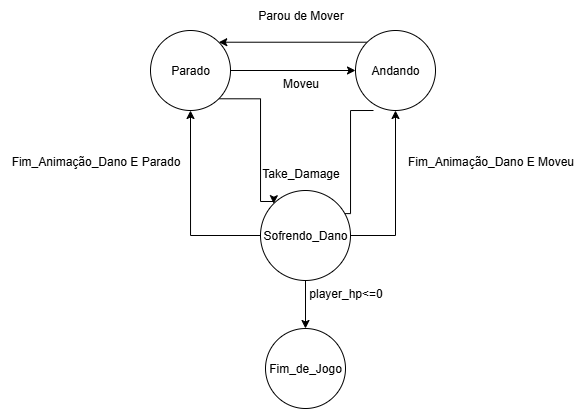
Projeto-de-Interfaces-Graficas/Pesadelo-no-Escritorio keeps this draw.io diagram as documents/FSM/Player.drawio.png. Above is the earlier version. Source tidied: cells renumbered, new cells last; positions are measured from the earlier drawing's top-left corner, leaving out a move shared by most shapes.
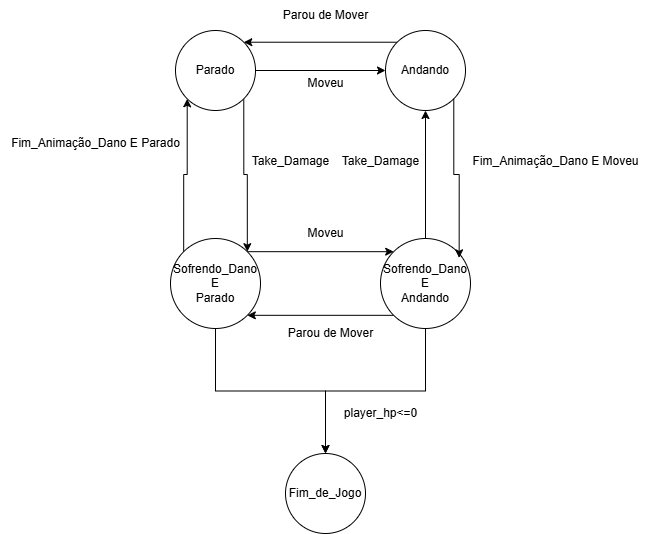
The same diagram one commit later.

Commit message:
Update FMS Player and Fix bug H of weapon mochila

Change to the diagram source:
```diff
@@ -1,69 +1,78 @@
-<mxGraphModel>
+<mxGraphModel background="#FFFFFF">
   <root>
     <mxCell id="0" />
     <mxCell id="1" parent="0" />
+    <mxCell id="3" style="edgeStyle=orthogonalEdgeStyle;rounded=0;jettySize=auto;html=1;exitX=1;exitY=0.5;exitDx=0;exitDy=0;" parent="1" edge="1" source="4" target="7">
+      <mxGeometry relative="1" as="geometry" />
+    </mxCell>
-    <mxCell id="2" style="edgeStyle=orthogonalEdgeStyle;rounded=0;jettySize=auto;html=1;exitX=1;exitY=1;exitDx=0;exitDy=0;entryX=0;entryY=0;entryDx=0;entryDy=0;" parent="1" edge="1" source="4" target="11">
-      <mxGeometry relative="1" as="geometry">
-        <Array as="points">
-          <mxPoint x="260" y="98" />
-          <mxPoint x="260" y="201" />
-        </Array>
-      </mxGeometry>
+    <mxCell id="2" style="edgeStyle=orthogonalEdgeStyle;rounded=0;jettySize=auto;html=1;exitX=1;exitY=1;exitDx=0;exitDy=0;entryX=1;entryY=0;entryDx=0;entryDy=0;" parent="1" edge="1" source="4" target="11">
+      <mxGeometry relative="1" as="geometry" />
     </mxCell>
-    <mxCell id="3" style="edgeStyle=orthogonalEdgeStyle;rounded=0;jettySize=auto;html=1;exitX=1;exitY=0.5;exitDx=0;exitDy=0;" parent="1" edge="1" source="4" target="7">
-      <mxGeometry relative="1" as="geometry" />
-    </mxCell>
     <mxCell id="4" value="Parado" style="ellipse;whiteSpace=wrap;html=1;" parent="1" vertex="1">
-      <mxGeometry x="150" y="30" width="80" height="80" as="geometry" />
+      <mxGeometry x="145" y="30" width="80" height="80" as="geometry" />
     </mxCell>
     <mxCell id="5" style="edgeStyle=orthogonalEdgeStyle;rounded=0;jettySize=auto;html=1;exitX=0;exitY=0;exitDx=0;exitDy=0;entryX=1;entryY=0;entryDx=0;entryDy=0;" parent="1" edge="1" source="7" target="4">
       <mxGeometry relative="1" as="geometry" />
     </mxCell>
-    <mxCell id="6" style="edgeStyle=orthogonalEdgeStyle;rounded=0;orthogonalLoop=1;jettySize=auto;html=1;exitX=0;exitY=1;exitDx=0;exitDy=0;entryX=1;entryY=0;entryDx=0;entryDy=0;" parent="1" edge="1">
-      <mxGeometry relative="1" as="geometry">
-        <mxPoint x="373" y="110" as="sourcePoint" />
-        <mxPoint x="332.9" y="213.1" as="targetPoint" />
-        <Array as="points">
-          <mxPoint x="350" y="110" />
-          <mxPoint x="350" y="213" />
-        </Array>
-      </mxGeometry>
-    </mxCell>
     <mxCell id="7" value="Andando" style="ellipse;whiteSpace=wrap;html=1;" parent="1" vertex="1">
       <mxGeometry x="355" y="30" width="80" height="80" as="geometry" />
     </mxCell>
+    <mxCell id="19" style="edgeStyle=orthogonalEdgeStyle;rounded=0;jettySize=auto;html=1;exitX=1;exitY=0;exitDx=0;exitDy=0;entryX=0;entryY=0;entryDx=0;entryDy=0;" parent="1" edge="1" source="11" target="23">
+      <mxGeometry relative="1" as="geometry" />
+    </mxCell>
-    <mxCell id="8" style="edgeStyle=orthogonalEdgeStyle;rounded=0;jettySize=auto;html=1;exitX=0;exitY=0.5;exitDx=0;exitDy=0;entryX=0.5;entryY=1;entryDx=0;entryDy=0;" parent="1" edge="1" source="11" target="4">
+    <mxCell id="8" style="edgeStyle=orthogonalEdgeStyle;rounded=0;jettySize=auto;html=1;exitX=0;exitY=0;exitDx=0;exitDy=0;entryX=0;entryY=1;entryDx=0;entryDy=0;" parent="1" edge="1" source="11" target="4">
       <mxGeometry relative="1" as="geometry" />
     </mxCell>
-    <mxCell id="9" style="edgeStyle=orthogonalEdgeStyle;rounded=0;jettySize=auto;html=1;" parent="1" edge="1" source="11" target="12">
+    <mxCell id="9" style="edgeStyle=orthogonalEdgeStyle;rounded=0;jettySize=auto;html=1;exitX=0.5;exitY=1;exitDx=0;exitDy=0;" parent="1" edge="1" source="11" target="12">
       <mxGeometry relative="1" as="geometry" />
     </mxCell>
-    <mxCell id="10" style="edgeStyle=orthogonalEdgeStyle;rounded=0;jettySize=auto;html=1;exitX=1;exitY=0.5;exitDx=0;exitDy=0;entryX=0.5;entryY=1;entryDx=0;entryDy=0;" parent="1" edge="1" source="11" target="7">
-      <mxGeometry relative="1" as="geometry" />
-    </mxCell>
-    <mxCell id="11" value="Sofrendo_Dano" style="ellipse;whiteSpace=wrap;html=1;" parent="1" vertex="1">
-      <mxGeometry x="260" y="190" width="90" height="90" as="geometry" />
+    <mxCell id="11" value="Sofrendo_Dano E&lt;br&gt;Parado" style="ellipse;whiteSpace=wrap;html=1;" parent="1" vertex="1">
+      <mxGeometry x="140" y="238" width="90" height="90" as="geometry" />
     </mxCell>
-    <mxCell id="12" value="Fim_de_Jogo" style="ellipse;whiteSpace=wrap;html=1;" parent="1" vertex="1">
-      <mxGeometry x="265" y="328" width="80" height="80" as="geometry" />
+    <mxCell id="12" value="Fim_de_Jogo" style="ellipse;whiteSpace=wrap;html=1;direction=south;" parent="1" vertex="1">
+      <mxGeometry x="255" y="453" width="80" height="80" as="geometry" />
     </mxCell>
     <mxCell id="13" value="Moveu" style="text;html=1;align=center;verticalAlign=middle;strokeColor=none;fillColor=none;" parent="1" vertex="1">
-      <mxGeometry x="270" y="68" width="60" height="30" as="geometry" />
+      <mxGeometry x="265" y="218" width="60" height="30" as="geometry" />
     </mxCell>
     <mxCell id="14" value="Parou de Mover" style="text;html=1;align=center;verticalAlign=middle;strokeColor=none;fillColor=none;" parent="1" vertex="1">
-      <mxGeometry x="245" width="110" height="30" as="geometry" />
+      <mxGeometry x="245" y="318" width="110" height="30" as="geometry" />
     </mxCell>
     <mxCell id="15" value="player_hp&amp;lt;=0" style="text;html=1;align=center;verticalAlign=middle;strokeColor=none;fillColor=none;" parent="1" vertex="1">
-      <mxGeometry x="295" y="278" width="100" height="30" as="geometry" />
+      <mxGeometry x="300" y="398" width="100" height="30" as="geometry" />
     </mxCell>
     <mxCell id="16" value="Fim_Animação_Dano E Parado" style="text;html=1;align=center;verticalAlign=middle;strokeColor=none;fillColor=none;" parent="1" vertex="1">
-      <mxGeometry y="146" width="190" height="30" as="geometry" />
+      <mxGeometry x="-30" y="128" width="190" height="30" as="geometry" />
     </mxCell>
     <mxCell id="17" value="Fim_Animação_Dano E Moveu" style="text;html=1;align=center;verticalAlign=middle;strokeColor=none;fillColor=none;" parent="1" vertex="1">
-      <mxGeometry x="395" y="146" width="190" height="30" as="geometry" />
+      <mxGeometry x="430" y="146" width="190" height="30" as="geometry" />
     </mxCell>
     <mxCell id="18" value="Take_Damage" style="text;html=1;align=center;verticalAlign=middle;strokeColor=none;fillColor=none;" parent="1" vertex="1">
-      <mxGeometry x="250" y="158" width="100" height="30" as="geometry" />
+      <mxGeometry x="300" y="146" width="100" height="30" as="geometry" />
     </mxCell>
+    <mxCell id="20" style="edgeStyle=orthogonalEdgeStyle;rounded=0;jettySize=auto;html=1;exitX=0.5;exitY=0;exitDx=0;exitDy=0;entryX=0.5;entryY=1;entryDx=0;entryDy=0;" parent="1" edge="1" source="23" target="7">
+      <mxGeometry relative="1" as="geometry" />
+    </mxCell>
+    <mxCell id="21" style="edgeStyle=orthogonalEdgeStyle;rounded=0;jettySize=auto;html=1;exitX=0;exitY=1;exitDx=0;exitDy=0;entryX=1;entryY=1;entryDx=0;entryDy=0;" parent="1" edge="1" source="23" target="11">
+      <mxGeometry relative="1" as="geometry" />
+    </mxCell>
+    <mxCell id="22" style="edgeStyle=orthogonalEdgeStyle;rounded=0;jettySize=auto;html=1;exitX=0.5;exitY=1;exitDx=0;exitDy=0;entryX=0;entryY=0.5;entryDx=0;entryDy=0;" parent="1" edge="1" source="23" target="12">
+      <mxGeometry relative="1" as="geometry" />
+    </mxCell>
+    <mxCell id="23" value="Sofrendo_Dano E&lt;br&gt;Andando" style="ellipse;whiteSpace=wrap;html=1;" parent="1" vertex="1">
+      <mxGeometry x="350" y="238" width="90" height="90" as="geometry" />
+    </mxCell>
+    <mxCell id="24" style="edgeStyle=orthogonalEdgeStyle;rounded=0;jettySize=auto;html=1;exitX=1;exitY=1;exitDx=0;exitDy=0;entryX=0.874;entryY=0.215;entryDx=0;entryDy=0;entryPerimeter=0;" parent="1" edge="1" source="7" target="23">
+      <mxGeometry relative="1" as="geometry" />
+    </mxCell>
+    <mxCell id="25" value="Moveu" style="text;html=1;align=center;verticalAlign=middle;strokeColor=none;fillColor=none;" parent="1" vertex="1">
+      <mxGeometry x="265" y="68" width="60" height="30" as="geometry" />
+    </mxCell>
+    <mxCell id="26" value="Parou de Mover" style="text;html=1;align=center;verticalAlign=middle;strokeColor=none;fillColor=none;" parent="1" vertex="1">
+      <mxGeometry x="240" width="110" height="30" as="geometry" />
+    </mxCell>
+    <mxCell id="27" value="Take_Damage" style="text;html=1;align=center;verticalAlign=middle;strokeColor=none;fillColor=none;" parent="1" vertex="1">
+      <mxGeometry x="210" y="146" width="100" height="30" as="geometry" />
+    </mxCell>
   </root>
 </mxGraphModel>
```
